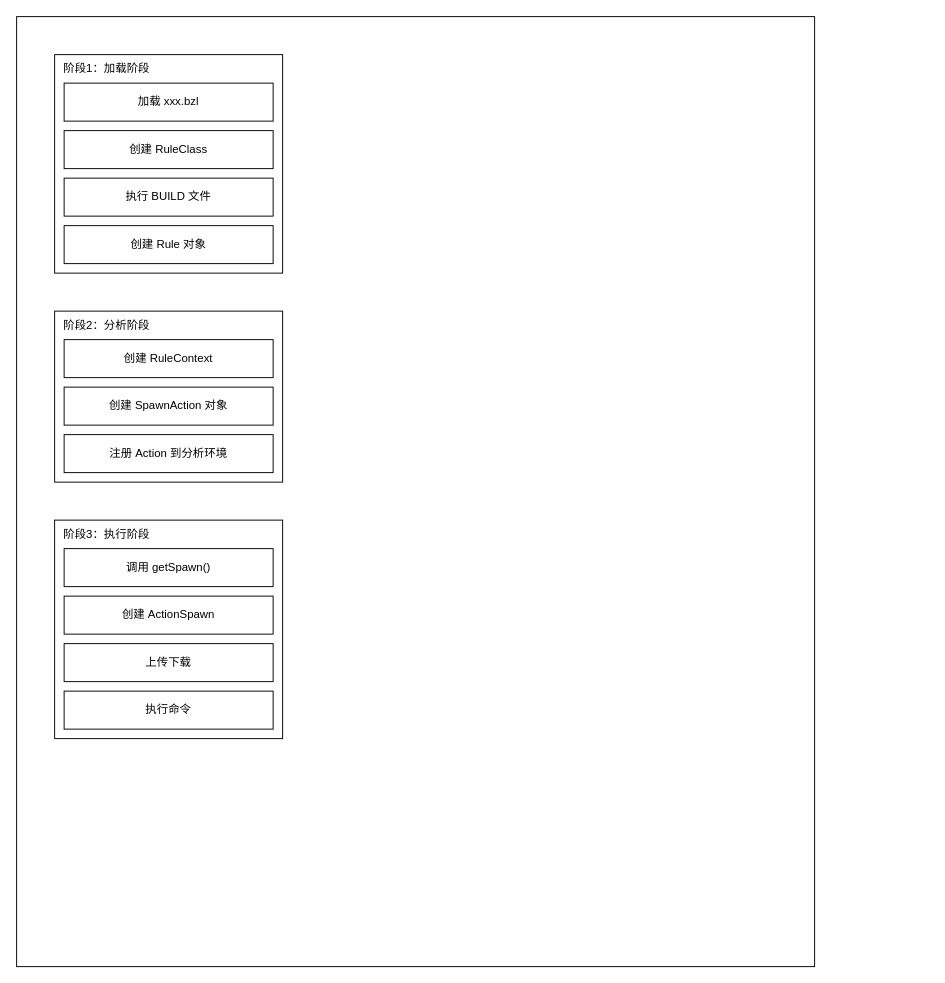
This is chart/bazelrule.drawio from leonardxc/resource, a draw.io file, before an edit. Source tidied: cells renumbered, new cells numbered last; positions are measured from the earlier drawing's top-left corner, leaving out a move shared by most shapes. Both pictures are drawn from the tidied source at 95%, with x=0, y=0 at pixel (16, 16).
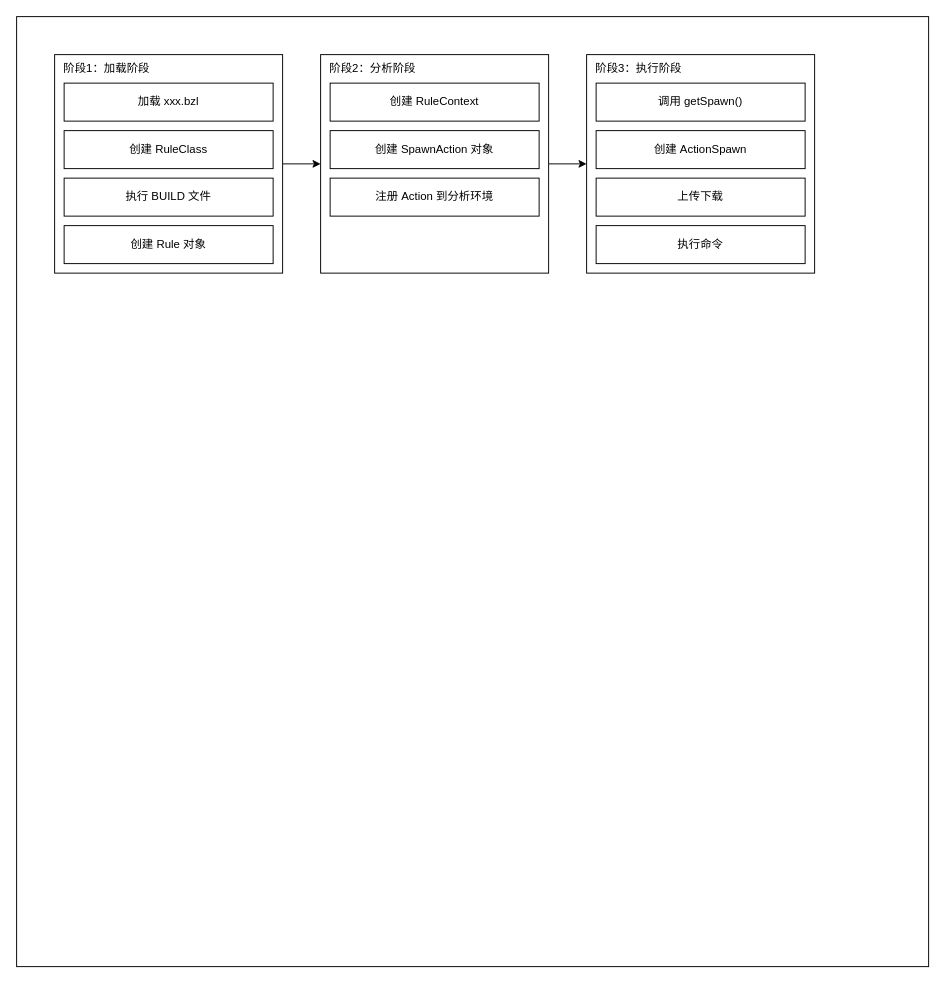
The same diagram, later.

Unchanged cells that the change refers to:
```xml
<mxCell id="3" style="rounded=0;whiteSpace=wrap;html=1;" parent="1" vertex="1">
  <mxGeometry x="40" y="40" width="240" height="230" as="geometry" />
</mxCell>
```

The edit, as a diff of the source:
```diff
@@
     <mxCell id="2" style="rounded=0;whiteSpace=wrap;html=1;" parent="1" vertex="1">
-      <mxGeometry width="840" height="1000" as="geometry" />
+      <mxGeometry width="960" height="1000" as="geometry" />
     </mxCell>
+    <mxCell id="20" style="edgeStyle=orthogonalEdgeStyle;rounded=0;jettySize=auto;html=1;entryX=0;entryY=0.5;entryDx=0;entryDy=0;" parent="1" edge="1" source="3" target="9">
+      <mxGeometry relative="1" as="geometry" />
+    </mxCell>
@@
+    <mxCell id="21" style="edgeStyle=orthogonalEdgeStyle;rounded=0;jettySize=auto;html=1;entryX=0;entryY=0.5;entryDx=0;entryDy=0;" parent="1" edge="1" source="9" target="14">
+      <mxGeometry relative="1" as="geometry" />
+    </mxCell>
     <mxCell id="9" style="rounded=0;whiteSpace=wrap;html=1;" parent="1" vertex="1">
-      <mxGeometry x="40" y="310" width="240" height="180" as="geometry" />
+      <mxGeometry x="320" y="40" width="240" height="230" as="geometry" />
     </mxCell>
     <mxCell id="10" value="阶段2：分析阶段" style="text;html=1;align=center;verticalAlign=middle;whiteSpace=wrap;rounded=0;" parent="1" vertex="1">
-      <mxGeometry x="40" y="310" width="110" height="30" as="geometry" />
+      <mxGeometry x="320" y="40" width="110" height="30" as="geometry" />
     </mxCell>
     <mxCell id="11" value="创建 RuleContext" style="rounded=0;whiteSpace=wrap;html=1;" parent="1" vertex="1">
-      <mxGeometry x="50" y="340" width="220" height="40" as="geometry" />
+      <mxGeometry x="330" y="70" width="220" height="40" as="geometry" />
     </mxCell>
     <mxCell id="12" value="创建 SpawnAction 对象" style="rounded=0;whiteSpace=wrap;html=1;" parent="1" vertex="1">
-      <mxGeometry x="50" y="390" width="220" height="40" as="geometry" />
+      <mxGeometry x="330" y="120" width="220" height="40" as="geometry" />
     </mxCell>
     <mxCell id="13" value="注册 Action 到分析环境" style="rounded=0;whiteSpace=wrap;html=1;" parent="1" vertex="1">
-      <mxGeometry x="50" y="440" width="220" height="40" as="geometry" />
+      <mxGeometry x="330" y="170" width="220" height="40" as="geometry" />
     </mxCell>
     <mxCell id="14" style="rounded=0;whiteSpace=wrap;html=1;" parent="1" vertex="1">
-      <mxGeometry x="40" y="530" width="240" height="230" as="geometry" />
+      <mxGeometry x="600" y="40" width="240" height="230" as="geometry" />
     </mxCell>
     <mxCell id="15" value="阶段3：执行阶段" style="text;html=1;align=center;verticalAlign=middle;whiteSpace=wrap;rounded=0;" parent="1" vertex="1">
-      <mxGeometry x="40" y="530" width="110" height="30" as="geometry" />
+      <mxGeometry x="600" y="40" width="110" height="30" as="geometry" />
     </mxCell>
     <mxCell id="16" value="调用 getSpawn()" style="rounded=0;whiteSpace=wrap;html=1;" parent="1" vertex="1">
-      <mxGeometry x="50" y="560" width="220" height="40" as="geometry" />
+      <mxGeometry x="610" y="70" width="220" height="40" as="geometry" />
     </mxCell>
     <mxCell id="17" value="创建 ActionSpawn" style="rounded=0;whiteSpace=wrap;html=1;" parent="1" vertex="1">
-      <mxGeometry x="50" y="610" width="220" height="40" as="geometry" />
+      <mxGeometry x="610" y="120" width="220" height="40" as="geometry" />
     </mxCell>
     <mxCell id="18" value="上传下载" style="rounded=0;whiteSpace=wrap;html=1;" parent="1" vertex="1">
-      <mxGeometry x="50" y="660" width="220" height="40" as="geometry" />
+      <mxGeometry x="610" y="170" width="220" height="40" as="geometry" />
     </mxCell>
     <mxCell id="19" value="执行命令" style="rounded=0;whiteSpace=wrap;html=1;" parent="1" vertex="1">
-      <mxGeometry x="50" y="710" width="220" height="40" as="geometry" />
+      <mxGeometry x="610" y="220" width="220" height="40" as="geometry" />
     </mxCell>
```
